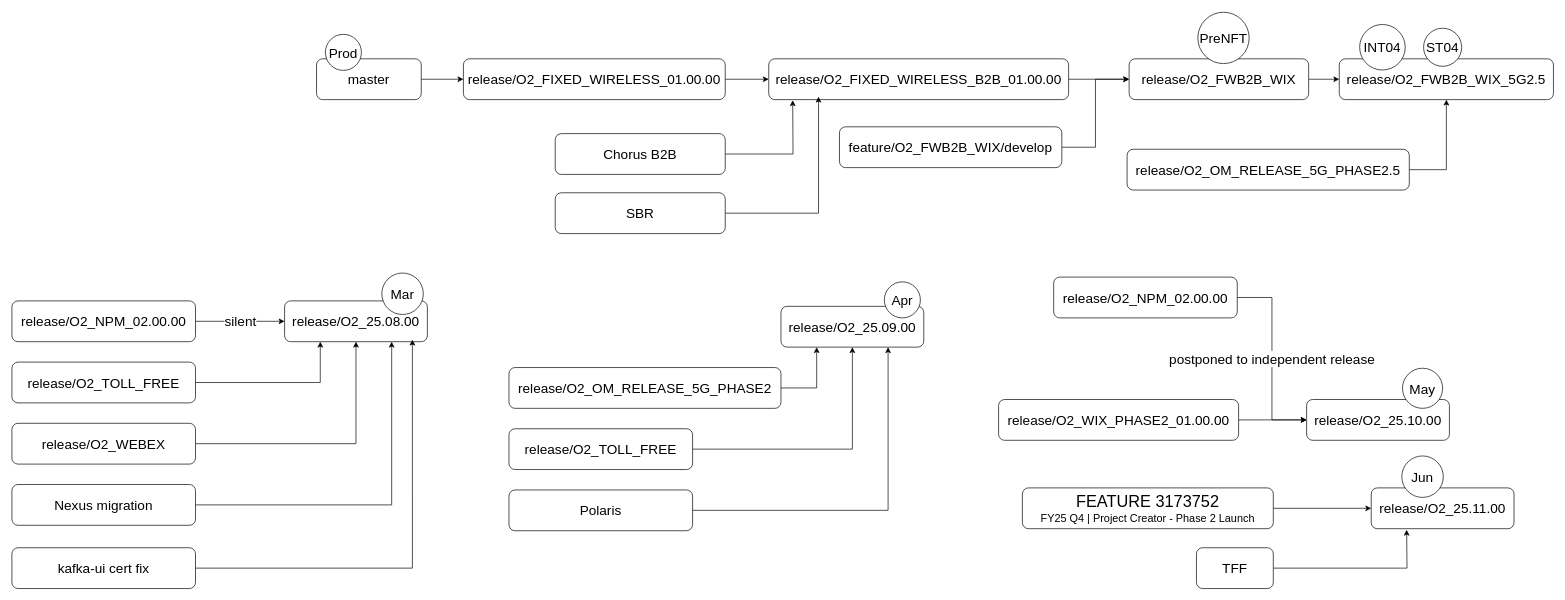
Earlier version of the draw.io diagram page "branching" (1 of 2) of sparknz_branches.drawio (huangdgm/drawio). Source tidied: cells renumbered, new cells numbered last; positions are measured from the earlier drawing's top-left corner, leaving out a move shared by most shapes. Both pictures are drawn from the tidied source at 68%, with x=0, y=0 at pixel (12, 12).
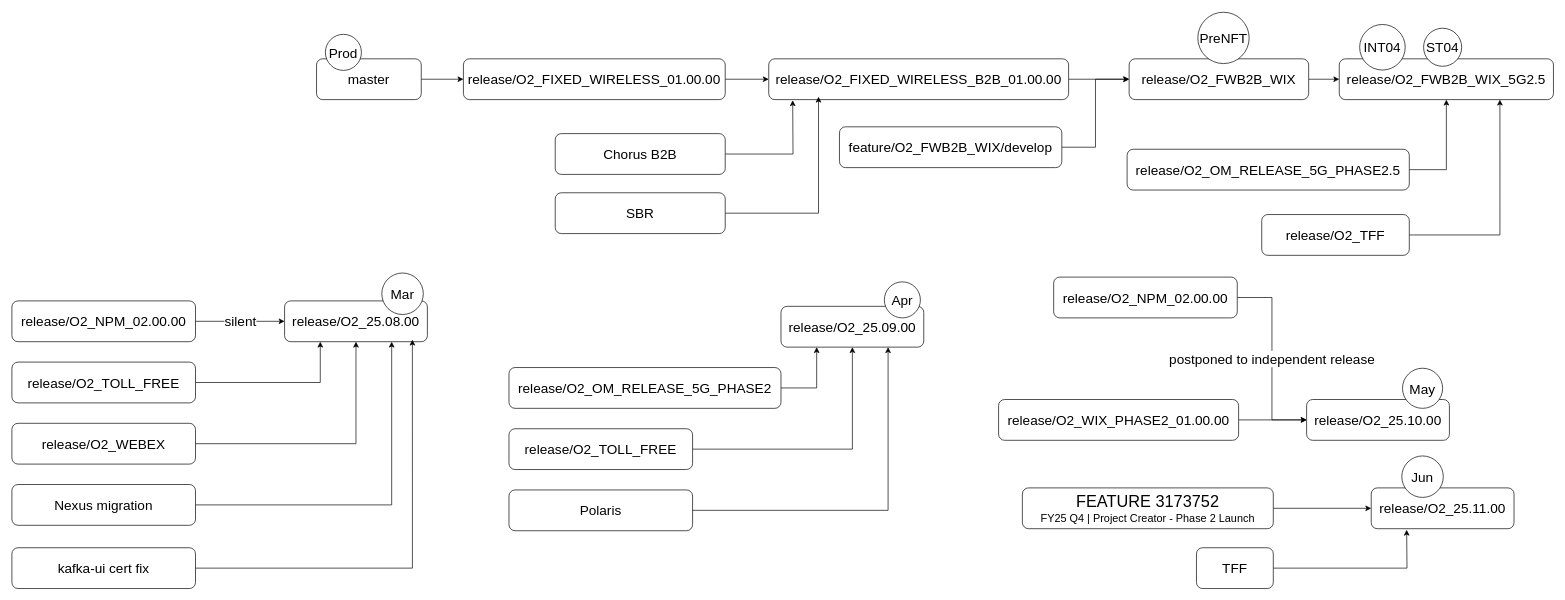
The same diagram, later.

The change refers to these unchanged cells:
```xml
<mxCell id="8" value="release/O2_FWB2B_WIX_5G2.5" style="rounded=1;whiteSpace=wrap;html=1;fontSize=20;" parent="1" vertex="1">
  <mxGeometry x="1952" y="68" width="315" height="60" as="geometry" />
</mxCell>
```

Diff of the diagram source:
```diff
@@
+    <mxCell id="55" style="edgeStyle=orthogonalEdgeStyle;rounded=0;jettySize=auto;html=1;exitX=1;exitY=0.5;exitDx=0;exitDy=0;entryX=0.75;entryY=1;entryDx=0;entryDy=0;" parent="1" edge="1" source="56" target="8">
+      <mxGeometry relative="1" as="geometry" />
+    </mxCell>
+    <mxCell id="56" value="&lt;font style=&quot;font-size: 20px;&quot;&gt;release/O2_TFF&lt;/font&gt;" style="rounded=1;whiteSpace=wrap;html=1;" parent="1" vertex="1">
+      <mxGeometry x="1838" y="297" width="217" height="60" as="geometry" />
+    </mxCell>
```
